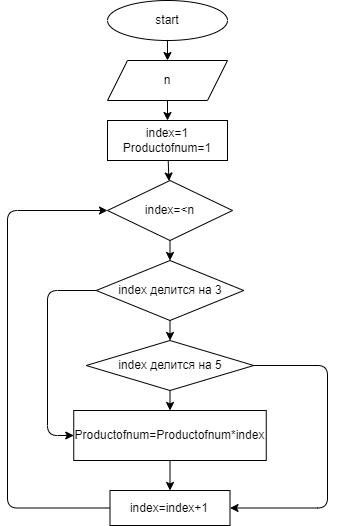
Earlier version of the draw.io export task1.drawio.png (daria9408/daria9408). Source tidied: cells renumbered, new cells last; positions are measured from the earlier drawing's top-left corner, leaving out a move shared by most shapes.
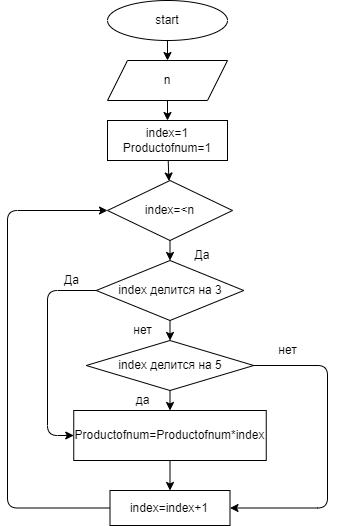
The same file after the commit.

Commit message:
добавлены да нет условия

What changed in the source:
```diff
@@ -68,5 +68,20 @@
     <mxCell id="19" value="index=index+1" style="whiteSpace=wrap;html=1;" parent="1" vertex="1">
       <mxGeometry x="102.5" y="490" width="120" height="35" as="geometry" />
     </mxCell>
+    <mxCell id="20" value="Да" style="text;html=1;strokeColor=none;fillColor=none;align=center;verticalAlign=middle;whiteSpace=wrap;rounded=0;" parent="1" vertex="1">
+      <mxGeometry x="165" y="240" width="60" height="30" as="geometry" />
+    </mxCell>
+    <mxCell id="21" value="Да" style="text;html=1;align=center;verticalAlign=middle;strokeColor=none;fillColor=none;" parent="1" vertex="1">
+      <mxGeometry x="48.8" y="270" width="30" height="20" as="geometry" />
+    </mxCell>
+    <mxCell id="22" value="нет" style="text;html=1;align=center;verticalAlign=middle;strokeColor=none;fillColor=none;" parent="1" vertex="1">
+      <mxGeometry x="120" y="320" width="30" height="20" as="geometry" />
+    </mxCell>
+    <mxCell id="23" value="да" style="text;html=1;align=center;verticalAlign=middle;strokeColor=none;fillColor=none;" parent="1" vertex="1">
+      <mxGeometry x="120" y="390" width="30" height="20" as="geometry" />
+    </mxCell>
+    <mxCell id="24" value="нет" style="text;html=1;align=center;verticalAlign=middle;strokeColor=none;fillColor=none;" parent="1" vertex="1">
+      <mxGeometry x="265" y="340" width="30" height="20" as="geometry" />
+    </mxCell>
   </root>
 </mxGraphModel>
```
